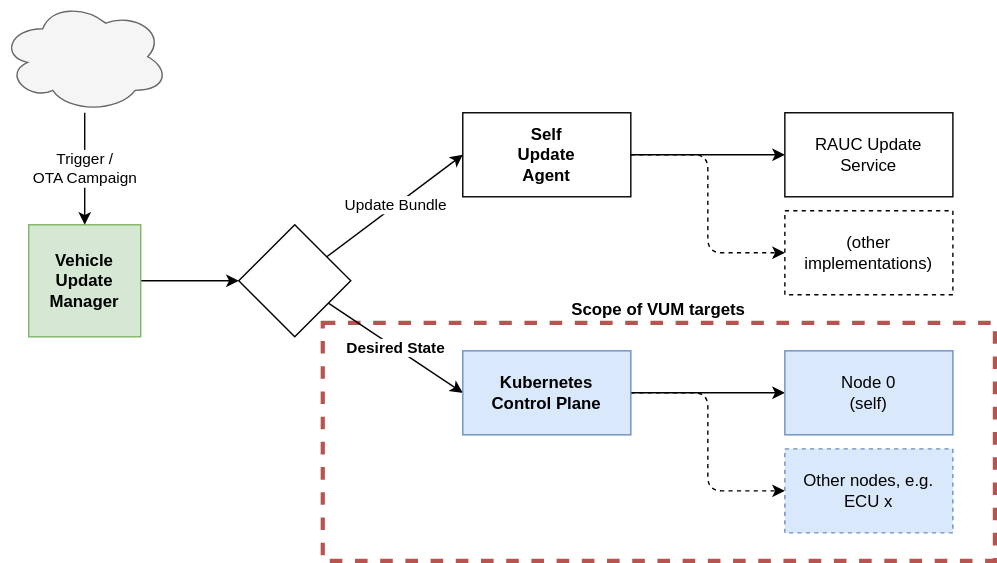
Before: content/en/docs/leda-incubator/vehicle-update-manager/vehicle-update-manager-arch.drawio.svg, a diagram exported from draw.io (eclipse-leda/leda). Source tidied: cells renumbered, new cells last; positions are measured from the earlier drawing's top-left corner, leaving out a move shared by most shapes. The source it was exported from:
```xml
<mxGraphModel>
  <root>
    <mxCell id="0" />
    <mxCell id="1" parent="0" />
    <mxCell id="2" value="Scope of VUM targets" style="rounded=0;whiteSpace=wrap;html=1;fillColor=none;strokeColor=#B85450;strokeWidth=3;dashed=1;labelPosition=center;verticalLabelPosition=top;align=center;verticalAlign=bottom;fontStyle=1;" parent="1" vertex="1">
      <mxGeometry x="230" y="230" width="480" height="170" as="geometry" />
    </mxCell>
    <mxCell id="3" value="Update Bundle" style="edgeStyle=none;html=1;entryX=0;entryY=0.5;entryDx=0;entryDy=0;" parent="1" edge="1" source="5" target="12">
      <mxGeometry relative="1" as="geometry" />
    </mxCell>
    <mxCell id="4" value="Desired State" style="edgeStyle=none;html=1;entryX=0;entryY=0.5;entryDx=0;entryDy=0;fontStyle=1;" parent="1" edge="1" source="5" target="15">
      <mxGeometry relative="1" as="geometry" />
    </mxCell>
    <mxCell id="5" style="rhombus;whiteSpace=wrap;html=1;" parent="1" vertex="1">
      <mxGeometry x="170" y="160" width="80" height="80" as="geometry" />
    </mxCell>
    <mxCell id="6" style="edgeStyle=none;html=1;entryX=0;entryY=0.5;entryDx=0;entryDy=0;" parent="1" edge="1" source="7" target="5">
      <mxGeometry relative="1" as="geometry" />
    </mxCell>
    <mxCell id="7" value="Vehicle&lt;br&gt;Update&lt;br&gt;Manager" style="whiteSpace=wrap;html=1;fillColor=#d5e8d4;strokeColor=#82b366;fontStyle=1;" parent="1" vertex="1">
      <mxGeometry x="20" y="160" width="80" height="80" as="geometry" />
    </mxCell>
    <mxCell id="8" value="Trigger /&amp;nbsp;&lt;br&gt;OTA Campaign" style="edgeStyle=none;html=1;" parent="1" edge="1" source="9" target="7">
      <mxGeometry relative="1" as="geometry" />
    </mxCell>
    <mxCell id="9" style="ellipse;shape=cloud;whiteSpace=wrap;html=1;fillColor=#f5f5f5;fontColor=#333333;strokeColor=#666666;" parent="1" vertex="1">
      <mxGeometry width="120" height="80" as="geometry" />
    </mxCell>
    <mxCell id="10" style="edgeStyle=none;html=1;entryX=0;entryY=0.5;entryDx=0;entryDy=0;" parent="1" edge="1" source="12" target="16">
      <mxGeometry relative="1" as="geometry" />
    </mxCell>
    <mxCell id="11" style="edgeStyle=orthogonalEdgeStyle;html=1;entryX=0;entryY=0.5;entryDx=0;entryDy=0;dashed=1;" parent="1" edge="1" source="12" target="17">
      <mxGeometry relative="1" as="geometry" />
    </mxCell>
    <mxCell id="12" value="Self&lt;br&gt;Update&lt;br&gt;Agent" style="rounded=0;whiteSpace=wrap;html=1;fontStyle=1;" parent="1" vertex="1">
      <mxGeometry x="330" y="80" width="120" height="60" as="geometry" />
    </mxCell>
    <mxCell id="13" style="edgeStyle=orthogonalEdgeStyle;html=1;entryX=0;entryY=0.5;entryDx=0;entryDy=0;" parent="1" edge="1" source="15" target="18">
      <mxGeometry relative="1" as="geometry" />
    </mxCell>
    <mxCell id="14" style="edgeStyle=orthogonalEdgeStyle;html=1;entryX=0;entryY=0.5;entryDx=0;entryDy=0;dashed=1;" parent="1" edge="1" source="15" target="19">
      <mxGeometry relative="1" as="geometry" />
    </mxCell>
    <mxCell id="15" value="Kubernetes&lt;br&gt;Control Plane" style="rounded=0;whiteSpace=wrap;html=1;fillColor=#dae8fc;strokeColor=#6c8ebf;fontStyle=1;" parent="1" vertex="1">
      <mxGeometry x="330" y="250" width="120" height="60" as="geometry" />
    </mxCell>
    <mxCell id="16" value="RAUC Update Service" style="rounded=0;whiteSpace=wrap;html=1;" parent="1" vertex="1">
      <mxGeometry x="560" y="80" width="120" height="60" as="geometry" />
    </mxCell>
    <mxCell id="17" value="(other implementations)" style="rounded=0;whiteSpace=wrap;html=1;dashed=1;" parent="1" vertex="1">
      <mxGeometry x="560" y="150" width="120" height="60" as="geometry" />
    </mxCell>
    <mxCell id="18" value="Node 0&lt;br&gt;(self)" style="rounded=0;whiteSpace=wrap;html=1;fillColor=#dae8fc;strokeColor=#6c8ebf;" parent="1" vertex="1">
      <mxGeometry x="560" y="250" width="120" height="60" as="geometry" />
    </mxCell>
    <mxCell id="19" value="Other nodes, e.g.&lt;br&gt;ECU x" style="rounded=0;whiteSpace=wrap;html=1;dashed=1;fillColor=#dae8fc;strokeColor=#6c8ebf;" parent="1" vertex="1">
      <mxGeometry x="560" y="320" width="120" height="60" as="geometry" />
    </mxCell>
  </root>
</mxGraphModel>
```
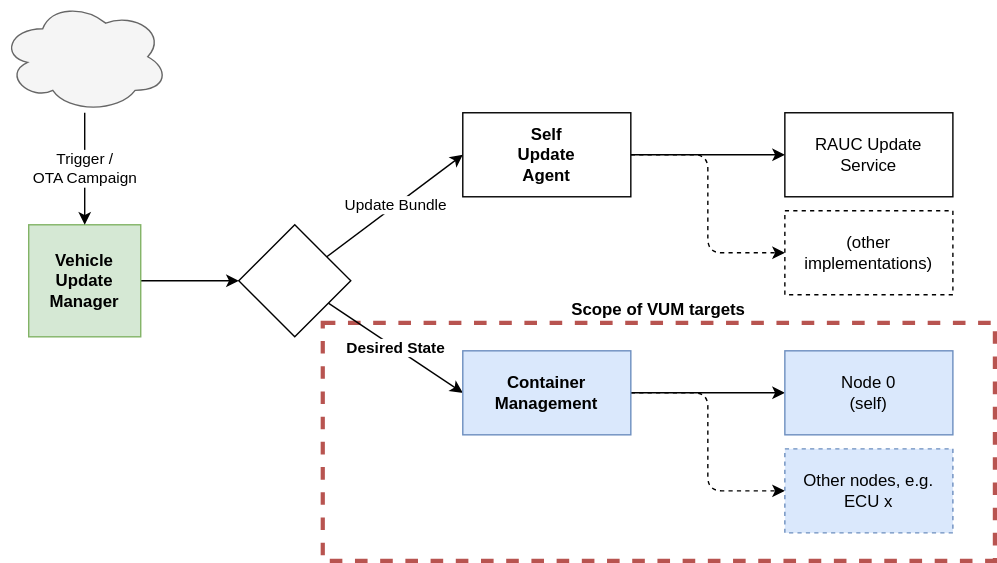
The same file after the commit.

What changed in the source:
```diff
@@ -41,7 +41,7 @@
     <mxCell id="14" style="edgeStyle=orthogonalEdgeStyle;html=1;entryX=0;entryY=0.5;entryDx=0;entryDy=0;dashed=1;" parent="1" edge="1" source="15" target="19">
       <mxGeometry relative="1" as="geometry" />
     </mxCell>
-    <mxCell id="15" value="Kubernetes&lt;br&gt;Control Plane" style="rounded=0;whiteSpace=wrap;html=1;fillColor=#dae8fc;strokeColor=#6c8ebf;fontStyle=1;" parent="1" vertex="1">
+    <mxCell id="15" value="Container&lt;br&gt;Management" style="rounded=0;whiteSpace=wrap;html=1;fillColor=#dae8fc;strokeColor=#6c8ebf;fontStyle=1;" parent="1" vertex="1">
       <mxGeometry x="330" y="250" width="120" height="60" as="geometry" />
     </mxCell>
     <mxCell id="16" value="RAUC Update Service" style="rounded=0;whiteSpace=wrap;html=1;" parent="1" vertex="1">
```
